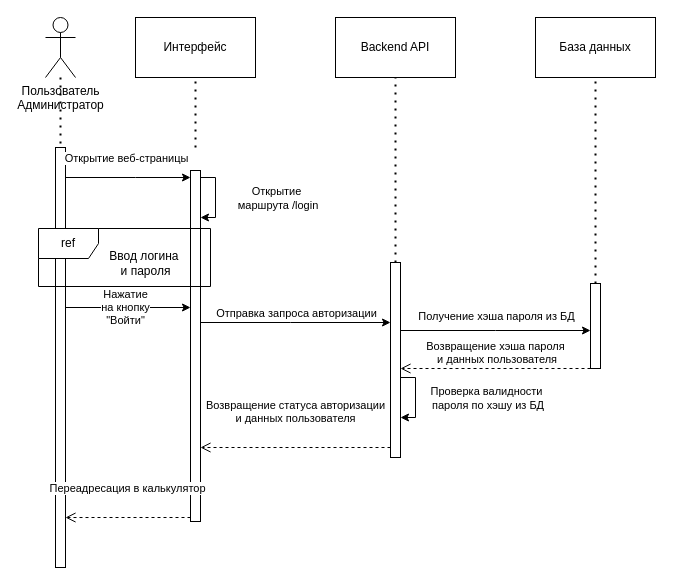
Before: sequence_auth.drawio in eva01pilot/plant-tissue-diagrams, a draw.io diagram. Source tidied: cells renumbered, new cells numbered last; positions are measured from the earlier drawing's top-left corner, leaving out a move shared by most shapes. Both pictures are drawn from the tidied source at 100%, with x=0, y=0 at pixel (38, 17).
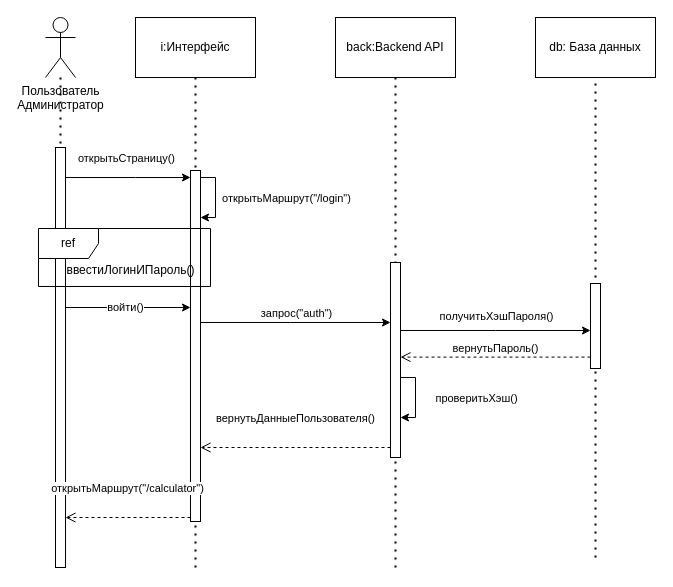
Above is the later version.

Unchanged cells that the change refers to:
```xml
<mxCell id="4" style="html=1;points=[[0,0,0,0,5],[0,1,0,0,-5],[1,0,0,0,5],[1,1,0,0,-5]];perimeter=orthogonalPerimeter;outlineConnect=0;targetShapes=umlLifeline;portConstraint=eastwest;newEdgeStyle={&quot;curved&quot;:0,&quot;rounded&quot;:0};" parent="1" vertex="1">
  <mxGeometry x="17" y="130" width="10" height="420" as="geometry" />
</mxCell>
<mxCell id="5" style="html=1;points=[[0,0,0,0,5],[0,1,0,0,-5],[1,0,0,0,5],[1,1,0,0,-5]];perimeter=orthogonalPerimeter;outlineConnect=0;targetShapes=umlLifeline;portConstraint=eastwest;newEdgeStyle={&quot;curved&quot;:0,&quot;rounded&quot;:0};" parent="1" vertex="1">
  <mxGeometry x="152" y="153" width="10" height="351" as="geometry" />
</mxCell>
<mxCell id="7" style="html=1;points=[[0,0,0,0,5],[0,1,0,0,-5],[1,0,0,0,5],[1,1,0,0,-5]];perimeter=orthogonalPerimeter;outlineConnect=0;targetShapes=umlLifeline;portConstraint=eastwest;newEdgeStyle={&quot;curved&quot;:0,&quot;rounded&quot;:0};" parent="1" vertex="1">
  <mxGeometry x="352" y="245" width="10" height="195" as="geometry" />
</mxCell>
<mxCell id="9" style="html=1;points=[[0,0,0,0,5],[0,1,0,0,-5],[1,0,0,0,5],[1,1,0,0,-5]];perimeter=orthogonalPerimeter;outlineConnect=0;targetShapes=umlLifeline;portConstraint=eastwest;newEdgeStyle={&quot;curved&quot;:0,&quot;rounded&quot;:0};" parent="1" vertex="1">
  <mxGeometry x="552" y="266" width="10" height="85" as="geometry" />
</mxCell>
<mxCell id="10" style="endArrow=classic;html=1;rounded=0;" parent="1" edge="1" source="4" target="5">
  <mxGeometry relative="1" as="geometry">
    <Array as="points">
      <mxPoint x="97" y="160" />
    </Array>
  </mxGeometry>
</mxCell>
<mxCell id="16" style="endArrow=classic;html=1;rounded=0;" parent="1" edge="1" source="5" target="5">
  <mxGeometry relative="1" as="geometry">
    <Array as="points">
      <mxPoint x="177" y="160" />
      <mxPoint x="177" y="200" />
    </Array>
  </mxGeometry>
</mxCell>
<mxCell id="18" style="endArrow=classic;html=1;rounded=0;" parent="1" edge="1" source="5" target="7">
  <mxGeometry relative="1" as="geometry">
    <Array as="points">
      <mxPoint x="252" y="305" />
    </Array>
  </mxGeometry>
</mxCell>
<mxCell id="20" style="endArrow=classic;html=1;rounded=0;" parent="1" edge="1" source="7" target="9">
  <mxGeometry relative="1" as="geometry">
    <Array as="points">
      <mxPoint x="457" y="313" />
    </Array>
  </mxGeometry>
</mxCell>
<mxCell id="23" style="endArrow=classic;html=1;rounded=0;" parent="1" edge="1" source="7">
  <mxGeometry relative="1" as="geometry">
    <mxPoint x="362" y="400" as="targetPoint" />
    <Array as="points">
      <mxPoint x="377" y="360" />
      <mxPoint x="377" y="400" />
    </Array>
  </mxGeometry>
</mxCell>
<mxCell id="29" style="endArrow=classic;html=1;rounded=0;" parent="1" edge="1">
  <mxGeometry relative="1" as="geometry">
    <mxPoint x="27" y="290" as="sourcePoint" />
    <mxPoint x="152" y="290" as="targetPoint" />
    <Array as="points">
      <mxPoint x="98" y="290" />
    </Array>
  </mxGeometry>
</mxCell>
```

The edit, as a diff of the source:
```diff
@@
+    <mxCell id="12" style="endArrow=none;dashed=1;html=1;dashPattern=1 3;strokeWidth=2;rounded=0;entryX=0.5;entryY=1;entryDx=0;entryDy=0;" parent="1" edge="1" target="6">
+      <mxGeometry relative="1" as="geometry">
+        <mxPoint x="357" y="550" as="sourcePoint" />
+      </mxGeometry>
+    </mxCell>
+    <mxCell id="13" style="endArrow=none;dashed=1;html=1;dashPattern=1 3;strokeWidth=2;rounded=0;entryX=0.5;entryY=1;entryDx=0;entryDy=0;" parent="1" edge="1" target="3">
+      <mxGeometry relative="1" as="geometry">
+        <mxPoint x="157" y="550" as="sourcePoint" />
+      </mxGeometry>
+    </mxCell>
+    <mxCell id="14" style="endArrow=none;dashed=1;html=1;dashPattern=1 3;strokeWidth=2;rounded=0;entryX=0.5;entryY=1;entryDx=0;entryDy=0;" parent="1" edge="1" target="8">
+      <mxGeometry relative="1" as="geometry">
+        <mxPoint x="557" y="540" as="sourcePoint" />
+      </mxGeometry>
+    </mxCell>
@@
-    <mxCell id="3" value="Интерфейс" style="rounded=0;whiteSpace=wrap;html=1;" parent="1" vertex="1">
+    <mxCell id="3" value="i:Интерфейс" style="rounded=0;whiteSpace=wrap;html=1;" parent="1" vertex="1">
       <mxGeometry x="97" width="120" height="60" as="geometry" />
     </mxCell>
@@
-    <mxCell id="6" value="Backend API" style="rounded=0;whiteSpace=wrap;html=1;" parent="1" vertex="1">
+    <mxCell id="6" value="back:Backend API" style="rounded=0;whiteSpace=wrap;html=1;" parent="1" vertex="1">
       <mxGeometry x="297" width="120" height="60" as="geometry" />
     </mxCell>
@@
-    <mxCell id="8" value="База данных" style="rounded=0;whiteSpace=wrap;html=1;" parent="1" vertex="1">
+    <mxCell id="8" value="db: База данных" style="rounded=0;whiteSpace=wrap;html=1;" parent="1" vertex="1">
       <mxGeometry x="497" width="120" height="60" as="geometry" />
     </mxCell>
@@
-    <mxCell id="11" value="Открытие веб-страницы" style="edgeLabel;html=1;align=center;verticalAlign=middle;" parent="10" vertex="1">
+    <mxCell id="11" value="открытьСтраницу()" style="edgeLabel;html=1;align=center;verticalAlign=middle;" parent="10" vertex="1">
       <mxGeometry x="-0.23" y="1" relative="1" as="geometry">
         <mxPoint x="12" y="-19" as="offset" />
       </mxGeometry>
     </mxCell>
-    <mxCell id="12" style="endArrow=none;dashed=1;html=1;dashPattern=1 3;strokeWidth=2;rounded=0;entryX=0.5;entryY=1;entryDx=0;entryDy=0;" parent="1" edge="1" source="7" target="6">
-      <mxGeometry relative="1" as="geometry" />
-    </mxCell>
-    <mxCell id="13" style="endArrow=none;dashed=1;html=1;dashPattern=1 3;strokeWidth=2;rounded=0;entryX=0.5;entryY=1;entryDx=0;entryDy=0;" parent="1" edge="1" target="3">
-      <mxGeometry relative="1" as="geometry">
-        <mxPoint x="157" y="130" as="sourcePoint" />
-      </mxGeometry>
-    </mxCell>
-    <mxCell id="14" style="endArrow=none;dashed=1;html=1;dashPattern=1 3;strokeWidth=2;rounded=0;entryX=0.5;entryY=1;entryDx=0;entryDy=0;" parent="1" edge="1" source="9" target="8">
-      <mxGeometry relative="1" as="geometry" />
-    </mxCell>
@@
-    <mxCell id="17" value="&lt;div&gt;Открытие&lt;/div&gt;&lt;div&gt;&amp;nbsp;маршрута /login&lt;/div&gt;" style="edgeLabel;html=1;align=center;verticalAlign=middle;" parent="16" vertex="1">
+    <mxCell id="17" value="открытьМаршрут(&quot;/login&quot;)" style="edgeLabel;html=1;align=center;verticalAlign=middle;" parent="16" vertex="1">
       <mxGeometry y="-2" relative="1" as="geometry">
-        <mxPoint x="62" as="offset" />
+        <mxPoint x="72" as="offset" />
       </mxGeometry>
     </mxCell>
@@
-    <mxCell id="19" value="&lt;div&gt;Отправка запроса авторизации&lt;/div&gt;" style="edgeLabel;html=1;align=center;verticalAlign=middle;" parent="18" vertex="1">
+    <mxCell id="19" value="запрос(&quot;auth&quot;)" style="edgeLabel;html=1;align=center;verticalAlign=middle;" parent="18" vertex="1">
       <mxGeometry x="-0.17" y="-1" relative="1" as="geometry">
         <mxPoint x="16" y="-11" as="offset" />
       </mxGeometry>
     </mxCell>
@@
-    <mxCell id="21" value="Получение хэша пароля из БД" style="edgeLabel;html=1;align=center;verticalAlign=middle;" parent="20" vertex="1">
+    <mxCell id="21" value="получитьХэшПароля()" style="edgeLabel;html=1;align=center;verticalAlign=middle;" parent="20" vertex="1">
       <mxGeometry x="-0.14" y="-2" relative="1" as="geometry">
         <mxPoint x="13" y="-17" as="offset" />
       </mxGeometry>
     </mxCell>
-    <mxCell id="22" value="&lt;div&gt;Возвращение хэша пароля&lt;/div&gt;&lt;div&gt;&amp;nbsp;и данных пользователя&lt;/div&gt;" style="html=1;verticalAlign=bottom;endArrow=open;dashed=1;endSize=8;curved=0;rounded=0;" parent="1" edge="1" source="9" target="7">
+    <mxCell id="22" value="вернутьПароль()" style="html=1;verticalAlign=bottom;endArrow=open;dashed=1;endSize=8;curved=0;rounded=0;" parent="1" edge="1">
       <mxGeometry relative="1" as="geometry">
+        <mxPoint x="552" y="339.6" as="sourcePoint" />
+        <mxPoint x="362" y="339.6" as="targetPoint" />
         <Array as="points">
-          <mxPoint x="450" y="351" />
+          <mxPoint x="450" y="339.6" />
         </Array>
       </mxGeometry>
     </mxCell>
@@
-    <mxCell id="24" value="&lt;div&gt;Проверка валидности&lt;/div&gt;&lt;div&gt;&amp;nbsp;пароля по хэшу из БД&lt;/div&gt;" style="edgeLabel;html=1;align=center;verticalAlign=middle;" parent="23" vertex="1">
+    <mxCell id="24" value="проверитьХэш()" style="edgeLabel;html=1;align=center;verticalAlign=middle;" parent="23" vertex="1">
       <mxGeometry y="-2" relative="1" as="geometry">
-        <mxPoint x="72" as="offset" />
+        <mxPoint x="62" as="offset" />
       </mxGeometry>
     </mxCell>
-    <mxCell id="25" value="&lt;div&gt;Возвращение статуса авторизации&lt;/div&gt;&lt;div&gt;и данных пользователя&lt;br&gt;&lt;/div&gt;" style="html=1;verticalAlign=bottom;endArrow=open;dashed=1;endSize=8;curved=0;rounded=0;" parent="1" edge="1" source="7" target="5">
+    <mxCell id="25" value="вернутьДанныеПользователя()" style="html=1;verticalAlign=bottom;endArrow=open;dashed=1;endSize=8;curved=0;rounded=0;" parent="1" edge="1" source="7" target="5">
       <mxGeometry y="-20" relative="1" as="geometry">
         <Array as="points">
           <mxPoint x="257" y="430" />
         </Array>
       </mxGeometry>
     </mxCell>
-    <mxCell id="26" value="&lt;div&gt;Переадресация в калькулятор&lt;/div&gt;" style="html=1;verticalAlign=bottom;endArrow=open;dashed=1;endSize=8;curved=0;rounded=0;entryX=1;entryY=0.881;entryDx=0;entryDy=0;entryPerimeter=0;" parent="1" edge="1" source="5" target="4">
+    <mxCell id="26" value="&lt;div&gt;открытьМаршрут(&quot;/calculator&quot;)&lt;/div&gt;" style="html=1;verticalAlign=bottom;endArrow=open;dashed=1;endSize=8;curved=0;rounded=0;entryX=1;entryY=0.881;entryDx=0;entryDy=0;entryPerimeter=0;" parent="1" edge="1" source="5" target="4">
       <mxGeometry y="-20" relative="1" as="geometry">
         <Array as="points">
           <mxPoint x="147" y="500" />
         </Array>
       </mxGeometry>
     </mxCell>
-    <mxCell id="27" value="&lt;div&gt;Ввод логина&amp;nbsp;&lt;/div&gt;&lt;div&gt;и пароля&lt;/div&gt;" style="text;html=1;align=center;verticalAlign=middle;strokeColor=none;fillColor=none;" parent="1" vertex="1">
-      <mxGeometry x="61" y="225" width="91" height="41" as="geometry" />
+    <mxCell id="27" value="ввестиЛогинИПароль()" style="text;html=1;align=center;verticalAlign=middle;strokeColor=none;fillColor=none;" parent="1" vertex="1">
+      <mxGeometry x="17" y="240" width="149" height="26" as="geometry" />
     </mxCell>
@@
-    <mxCell id="30" value="&lt;div&gt;Нажатие &lt;br&gt;&lt;/div&gt;&lt;div&gt;на кнопку&lt;/div&gt;&lt;div&gt;&quot;Войти&quot;&lt;br&gt;&lt;/div&gt;" style="edgeLabel;html=1;align=center;verticalAlign=middle;" parent="29" vertex="1">
+    <mxCell id="30" value="войти()" style="edgeLabel;html=1;align=center;verticalAlign=middle;" parent="29" vertex="1">
       <mxGeometry x="-0.04" y="1" relative="1" as="geometry">
         <mxPoint x="-1" as="offset" />
       </mxGeometry>
     </mxCell>
```
